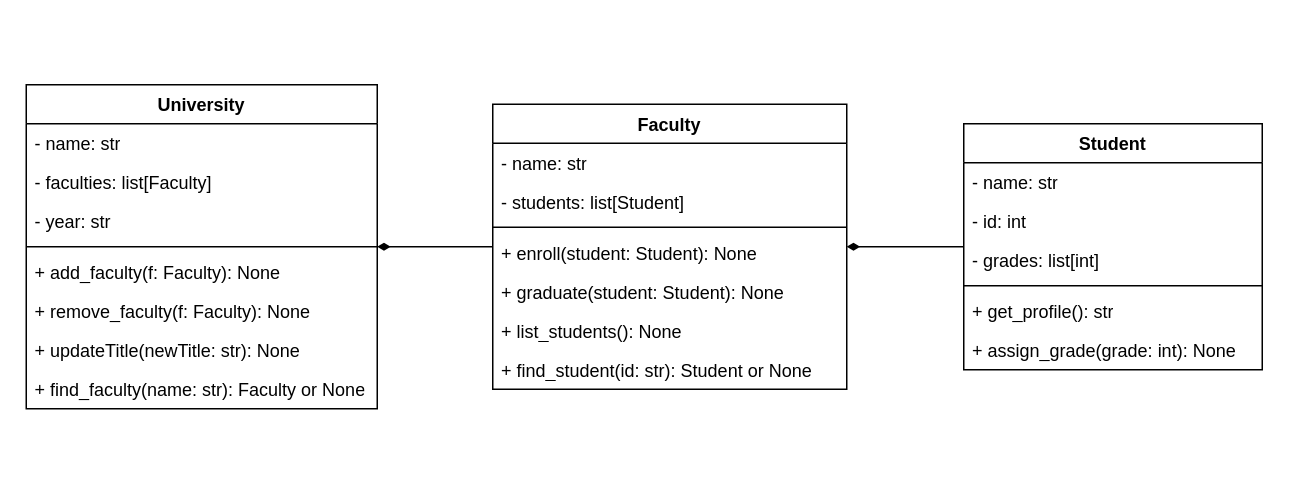
Above: hm_4/Task 2.drawio in kondak12/oop_practices_2 (draw.io), before the change. Source tidied: cells renumbered, new cells numbered last; positions are measured from the earlier drawing's top-left corner, leaving out a move shared by most shapes. Both pictures are drawn from the tidied source at 150%, with x=0, y=0 at pixel (26, 84).
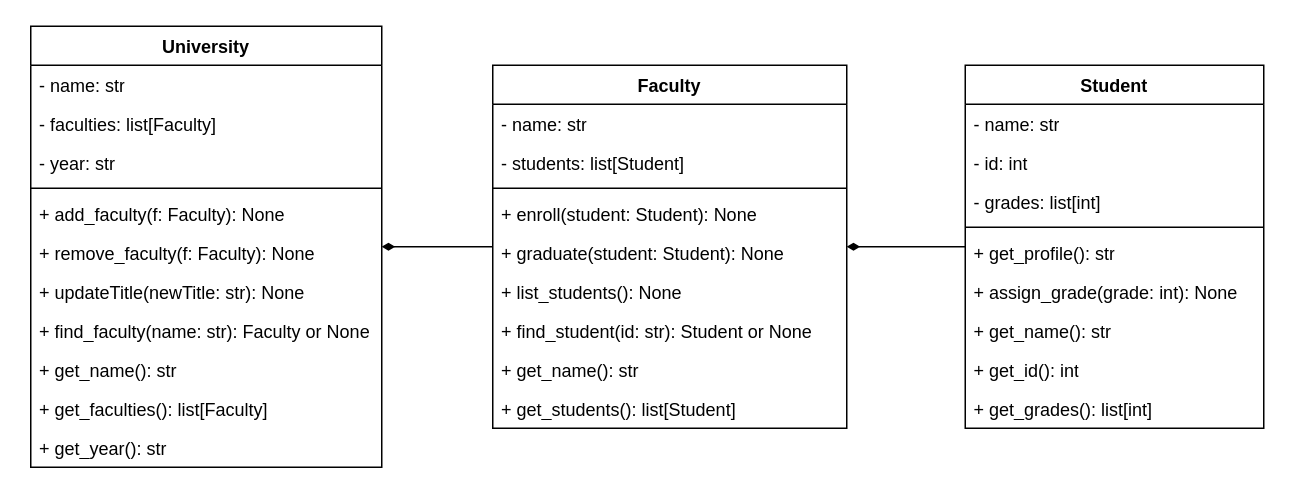
Above is the later version.

What changed in the source:
```diff
@@
     <mxCell id="2" value="University" style="swimlane;fontStyle=1;align=center;verticalAlign=top;horizontal=1;startSize=26;whiteSpace=wrap;html=1;" parent="1" vertex="1">
-      <mxGeometry width="234" height="216" as="geometry" />
+      <mxGeometry x="3" y="-39" width="234" height="294" as="geometry" />
     </mxCell>
@@
+    <mxCell id="28" value="+ get_name(): str" style="text;strokeColor=none;fillColor=none;align=left;verticalAlign=top;spacingLeft=4;spacingRight=4;overflow=hidden;whiteSpace=wrap;html=1;" parent="2" vertex="1">
+      <mxGeometry y="216" width="234" height="26" as="geometry" />
+    </mxCell>
+    <mxCell id="29" value="+ get_faculties(): list[Faculty]" style="text;strokeColor=none;fillColor=none;align=left;verticalAlign=top;spacingLeft=4;spacingRight=4;overflow=hidden;whiteSpace=wrap;html=1;" parent="2" vertex="1">
+      <mxGeometry y="242" width="234" height="26" as="geometry" />
+    </mxCell>
+    <mxCell id="30" value="+ get_year(): str" style="text;strokeColor=none;fillColor=none;align=left;verticalAlign=top;spacingLeft=4;spacingRight=4;overflow=hidden;whiteSpace=wrap;html=1;" parent="2" vertex="1">
+      <mxGeometry y="268" width="234" height="26" as="geometry" />
+    </mxCell>
@@
     <mxCell id="12" value="Faculty" style="swimlane;fontStyle=1;align=center;verticalAlign=top;horizontal=1;startSize=26;whiteSpace=wrap;html=1;" parent="1" vertex="1">
-      <mxGeometry x="311" y="13" width="236" height="190" as="geometry" />
+      <mxGeometry x="311" y="-13" width="236" height="242" as="geometry" />
     </mxCell>
@@
+    <mxCell id="31" value="+ get_name(): str" style="text;strokeColor=none;fillColor=none;align=left;verticalAlign=top;spacingLeft=4;spacingRight=4;overflow=hidden;whiteSpace=wrap;html=1;" parent="12" vertex="1">
+      <mxGeometry y="190" width="236" height="26" as="geometry" />
+    </mxCell>
+    <mxCell id="32" value="+ get_students(): list[Student]" style="text;strokeColor=none;fillColor=none;align=left;verticalAlign=top;spacingLeft=4;spacingRight=4;overflow=hidden;whiteSpace=wrap;html=1;" parent="12" vertex="1">
+      <mxGeometry y="216" width="236" height="26" as="geometry" />
+    </mxCell>
@@
     <mxCell id="21" value="Student" style="swimlane;fontStyle=1;align=center;verticalAlign=top;horizontal=1;startSize=26;whiteSpace=wrap;html=1;" parent="1" vertex="1">
-      <mxGeometry x="625" y="26" width="199" height="164" as="geometry" />
+      <mxGeometry x="626" y="-13" width="199" height="242" as="geometry" />
     </mxCell>
@@
+    <mxCell id="33" value="+ get_name(): str" style="text;strokeColor=none;fillColor=none;align=left;verticalAlign=top;spacingLeft=4;spacingRight=4;overflow=hidden;whiteSpace=wrap;html=1;" parent="21" vertex="1">
+      <mxGeometry y="164" width="199" height="26" as="geometry" />
+    </mxCell>
+    <mxCell id="34" value="+ get_id(): int" style="text;strokeColor=none;fillColor=none;align=left;verticalAlign=top;spacingLeft=4;spacingRight=4;overflow=hidden;whiteSpace=wrap;html=1;" parent="21" vertex="1">
+      <mxGeometry y="190" width="199" height="26" as="geometry" />
+    </mxCell>
+    <mxCell id="35" value="+ get_grades(): list[int] " style="text;strokeColor=none;fillColor=none;align=left;verticalAlign=top;spacingLeft=4;spacingRight=4;overflow=hidden;whiteSpace=wrap;html=1;" parent="21" vertex="1">
+      <mxGeometry y="216" width="199" height="26" as="geometry" />
+    </mxCell>
```
